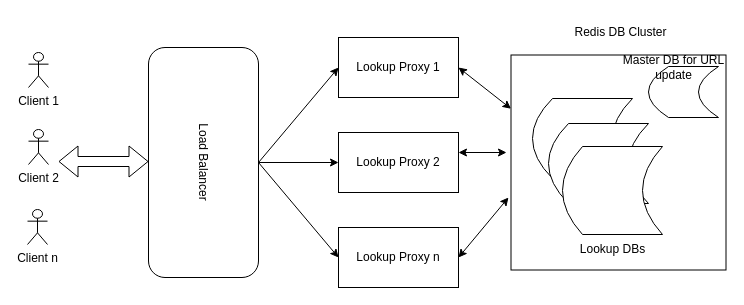
Before: Untitled Diagram.drawio in rockease2021/urlLookupService, a draw.io diagram. Source tidied: cells renumbered, new cells numbered last; positions are measured from the earlier drawing's top-left corner, leaving out a move shared by most shapes. Both pictures are drawn from the tidied source at 100%, with x=0, y=0 at pixel (27, 17).
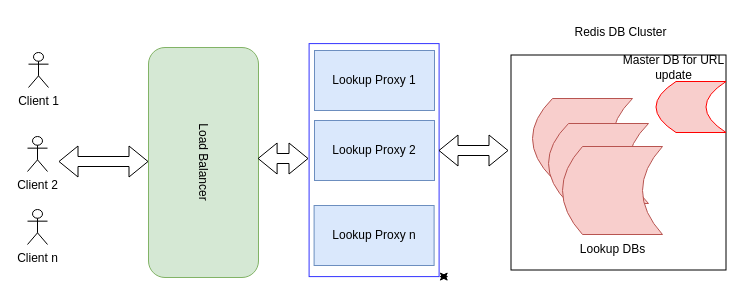
The same page after the edit.

Commit message:
Design Diagram

Unchanged cells that the change refers to:
```xml
<mxCell id="2" style="whiteSpace=wrap;html=1;align=left;" parent="1" vertex="1">
  <mxGeometry x="483.5" y="37.5" width="215" height="215" as="geometry" />
</mxCell>
```

Diff of the diagram source:
```diff
@@
+    <mxCell id="24" style="edgeStyle=orthogonalEdgeStyle;rounded=0;jettySize=auto;html=1;exitX=1;exitY=0;exitDx=0;exitDy=0;startArrow=classic;startFill=1;endArrow=classic;endFill=1;" parent="1" edge="1" source="25">
+      <mxGeometry relative="1" as="geometry">
+        <mxPoint x="421" y="259" as="targetPoint" />
+      </mxGeometry>
+    </mxCell>
+    <mxCell id="25" style="rounded=0;whiteSpace=wrap;html=1;strokeColor=#3333FF;align=left;rotation=90;" parent="1" vertex="1">
+      <mxGeometry x="230.1" y="77.6" width="233" height="130" as="geometry" />
+    </mxCell>
@@
-    <mxCell id="3" value="Load Balancer" style="rounded=1;whiteSpace=wrap;html=1;rotation=90;" parent="1" vertex="1">
+    <mxCell id="3" value="Load Balancer" style="rounded=1;whiteSpace=wrap;html=1;rotation=90;fillColor=#d5e8d4;strokeColor=#82b366;" parent="1" vertex="1">
       <mxGeometry x="61" y="90" width="230" height="110" as="geometry" />
     </mxCell>
-    <mxCell id="4" value="Lookup Proxy n" style="rounded=0;whiteSpace=wrap;html=1;" parent="1" vertex="1">
-      <mxGeometry x="311" y="210" width="120" height="60" as="geometry" />
+    <mxCell id="4" value="Lookup Proxy n" style="rounded=0;whiteSpace=wrap;html=1;fillColor=#dae8fc;strokeColor=#6c8ebf;" parent="1" vertex="1">
+      <mxGeometry x="286.6" y="188" width="120" height="60" as="geometry" />
     </mxCell>
-    <mxCell id="5" value="Lookup Proxy 1" style="rounded=0;whiteSpace=wrap;html=1;" parent="1" vertex="1">
-      <mxGeometry x="311" y="20" width="120" height="60" as="geometry" />
+    <mxCell id="5" value="Lookup Proxy 1" style="rounded=0;whiteSpace=wrap;html=1;fillColor=#dae8fc;strokeColor=#6c8ebf;" parent="1" vertex="1">
+      <mxGeometry x="287" y="33" width="120" height="60" as="geometry" />
     </mxCell>
-    <mxCell id="6" value="Lookup Proxy 2" style="rounded=0;whiteSpace=wrap;html=1;" parent="1" vertex="1">
-      <mxGeometry x="311" y="115" width="120" height="60" as="geometry" />
+    <mxCell id="6" value="Lookup Proxy 2" style="rounded=0;whiteSpace=wrap;html=1;fillColor=#dae8fc;strokeColor=#6c8ebf;" parent="1" vertex="1">
+      <mxGeometry x="287" y="103" width="120" height="60" as="geometry" />
     </mxCell>
-    <mxCell id="7" style="endArrow=classic;html=1;rounded=0;exitX=0.5;exitY=0;exitDx=0;exitDy=0;entryX=0;entryY=0.5;entryDx=0;entryDy=0;" parent="1" edge="1" source="3" target="5">
-      <mxGeometry relative="1" as="geometry" />
-    </mxCell>
-    <mxCell id="8" style="endArrow=classic;html=1;rounded=0;exitX=0.5;exitY=0;exitDx=0;exitDy=0;entryX=0;entryY=0.5;entryDx=0;entryDy=0;" parent="1" edge="1" source="3" target="6">
-      <mxGeometry relative="1" as="geometry" />
-    </mxCell>
-    <mxCell id="9" style="endArrow=classic;html=1;rounded=0;exitX=0.5;exitY=0;exitDx=0;exitDy=0;entryX=0;entryY=0.5;entryDx=0;entryDy=0;" parent="1" edge="1" source="3">
-      <mxGeometry relative="1" as="geometry">
-        <mxPoint x="311" y="240" as="targetPoint" />
-      </mxGeometry>
-    </mxCell>
     <mxCell id="10" value="Client 2" style="shape=umlActor;verticalLabelPosition=bottom;verticalAlign=top;html=1;" parent="1" vertex="1">
-      <mxGeometry x="1" y="112" width="20" height="35" as="geometry" />
+      <mxGeometry y="119" width="20" height="35" as="geometry" />
     </mxCell>
@@
-    <mxCell id="14" style="shape=dataStorage;whiteSpace=wrap;html=1;fixedSize=1;" parent="1" vertex="1">
-      <mxGeometry x="621" y="49" width="70" height="51" as="geometry" />
+    <mxCell id="14" style="shape=dataStorage;whiteSpace=wrap;html=1;fixedSize=1;fillColor=#f8cecc;strokeColor=#FF0000;" parent="1" vertex="1">
+      <mxGeometry x="628.5" y="64" width="70" height="51" as="geometry" />
     </mxCell>
-    <mxCell id="15" style="shape=dataStorage;whiteSpace=wrap;html=1;fixedSize=1;" parent="1" vertex="1">
+    <mxCell id="15" style="shape=dataStorage;whiteSpace=wrap;html=1;fixedSize=1;fillColor=#f8cecc;strokeColor=#b85450;" parent="1" vertex="1">
       <mxGeometry x="505" y="81" width="100" height="80" as="geometry" />
     </mxCell>
-    <mxCell id="16" style="shape=dataStorage;whiteSpace=wrap;html=1;fixedSize=1;" parent="1" vertex="1">
+    <mxCell id="16" style="shape=dataStorage;whiteSpace=wrap;html=1;fixedSize=1;fillColor=#f8cecc;strokeColor=#b85450;" parent="1" vertex="1">
       <mxGeometry x="521" y="106" width="100" height="80" as="geometry" />
     </mxCell>
-    <mxCell id="17" style="endArrow=classic;startArrow=classic;html=1;rounded=0;entryX=0;entryY=0.25;entryDx=0;entryDy=0;exitX=1;exitY=0.5;exitDx=0;exitDy=0;" parent="1" edge="1" source="5" target="2">
-      <mxGeometry relative="1" as="geometry" />
-    </mxCell>
-    <mxCell id="18" style="endArrow=classic;startArrow=classic;html=1;rounded=0;exitX=1;exitY=0.5;exitDx=0;exitDy=0;" parent="1" edge="1">
-      <mxGeometry relative="1" as="geometry">
-        <mxPoint x="431" y="135" as="sourcePoint" />
-        <mxPoint x="479" y="135" as="targetPoint" />
-      </mxGeometry>
-    </mxCell>
-    <mxCell id="19" style="endArrow=classic;startArrow=classic;html=1;rounded=0;exitX=1;exitY=0.5;exitDx=0;exitDy=0;" parent="1" edge="1" source="4">
-      <mxGeometry relative="1" as="geometry">
-        <mxPoint x="481" y="180" as="targetPoint" />
-      </mxGeometry>
-    </mxCell>
@@
-    <mxCell id="21" style="shape=dataStorage;whiteSpace=wrap;html=1;fixedSize=1;" parent="1" vertex="1">
+    <mxCell id="21" style="shape=dataStorage;whiteSpace=wrap;html=1;fixedSize=1;fillColor=#f8cecc;strokeColor=#b85450;" parent="1" vertex="1">
       <mxGeometry x="535" y="129" width="100" height="88" as="geometry" />
     </mxCell>
@@
+    <mxCell id="26" style="shape=flexArrow;endArrow=classic;startArrow=classic;html=1;rounded=0;" parent="1" edge="1">
+      <mxGeometry relative="1" as="geometry">
+        <mxPoint x="411" y="133" as="sourcePoint" />
+        <mxPoint x="481" y="133" as="targetPoint" />
+      </mxGeometry>
+    </mxCell>
+    <mxCell id="27" style="shape=flexArrow;endArrow=classic;startArrow=classic;html=1;rounded=0;" parent="1" edge="1">
+      <mxGeometry relative="1" as="geometry">
+        <mxPoint x="230.1" y="141" as="sourcePoint" />
+        <mxPoint x="281" y="141" as="targetPoint" />
+      </mxGeometry>
+    </mxCell>
```
